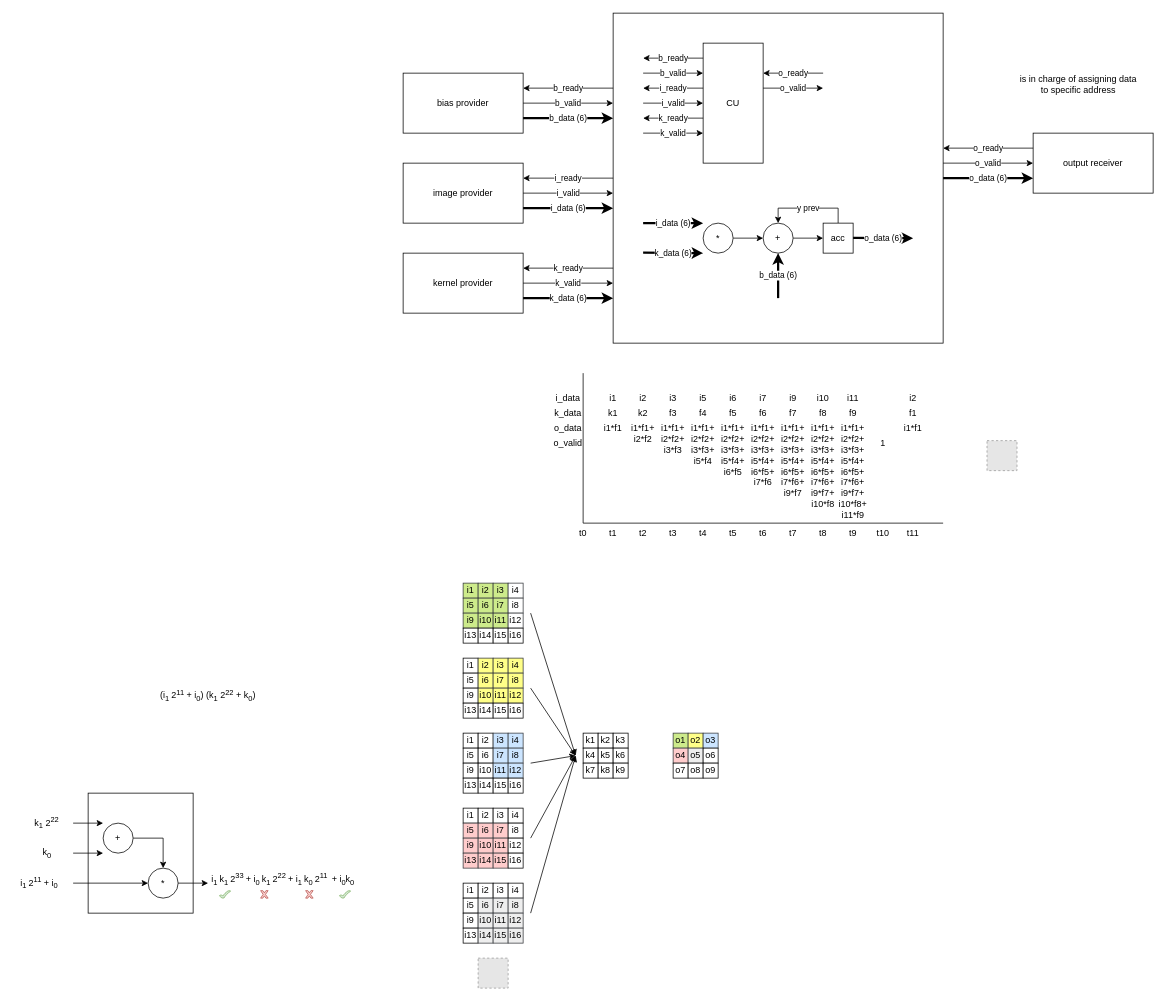
Above: Diagrama sin título.drawio in josue-UBA/proyecto-especializacion-final (draw.io), before the change. Source tidied: cells renumbered, new cells numbered last; positions are measured from the earlier drawing's top-left corner, leaving out a move shared by most shapes. Both pictures are drawn from the tidied source at 75%, with x=0, y=0 at pixel (13, 13). Pictures stored in the file or linked from it are replaced by grey dashed boxes.
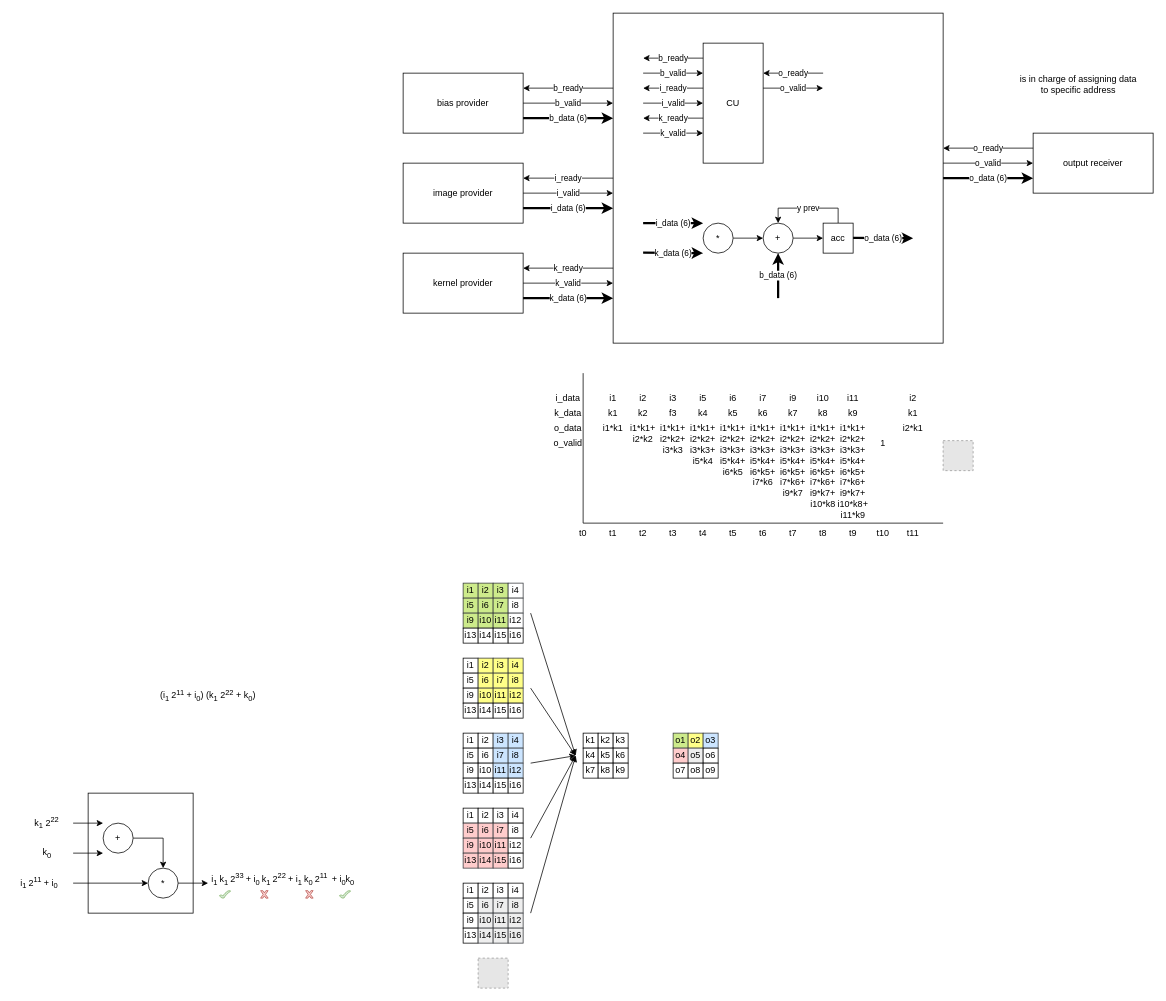
The same diagram, later.

Diff of the diagram source:
```diff
@@
-    <mxCell id="54" value="f4" style="text;html=1;strokeColor=none;fillColor=none;align=center;verticalAlign=top;whiteSpace=wrap;rounded=0;" parent="1" vertex="1">
+    <mxCell id="54" value="k4" style="text;html=1;strokeColor=none;fillColor=none;align=center;verticalAlign=top;whiteSpace=wrap;rounded=0;" parent="1" vertex="1">
       <mxGeometry x="900" y="520" width="40" height="20" as="geometry" />
     </mxCell>
@@
-    <mxCell id="57" value="f5" style="text;html=1;strokeColor=none;fillColor=none;align=center;verticalAlign=top;whiteSpace=wrap;rounded=0;" parent="1" vertex="1">
+    <mxCell id="57" value="k5" style="text;html=1;strokeColor=none;fillColor=none;align=center;verticalAlign=top;whiteSpace=wrap;rounded=0;" parent="1" vertex="1">
       <mxGeometry x="940" y="520" width="40" height="20" as="geometry" />
     </mxCell>
@@
-    <mxCell id="59" value="f6" style="text;html=1;strokeColor=none;fillColor=none;align=center;verticalAlign=top;whiteSpace=wrap;rounded=0;" parent="1" vertex="1">
+    <mxCell id="59" value="k6" style="text;html=1;strokeColor=none;fillColor=none;align=center;verticalAlign=top;whiteSpace=wrap;rounded=0;" parent="1" vertex="1">
       <mxGeometry x="980" y="520" width="40" height="20" as="geometry" />
     </mxCell>
@@
-    <mxCell id="61" value="f7" style="text;html=1;strokeColor=none;fillColor=none;align=center;verticalAlign=top;whiteSpace=wrap;rounded=0;" parent="1" vertex="1">
+    <mxCell id="61" value="k7" style="text;html=1;strokeColor=none;fillColor=none;align=center;verticalAlign=top;whiteSpace=wrap;rounded=0;" parent="1" vertex="1">
       <mxGeometry x="1020" y="520" width="40" height="20" as="geometry" />
     </mxCell>
@@
-    <mxCell id="63" value="f8" style="text;html=1;strokeColor=none;fillColor=none;align=center;verticalAlign=top;whiteSpace=wrap;rounded=0;" parent="1" vertex="1">
+    <mxCell id="63" value="k8" style="text;html=1;strokeColor=none;fillColor=none;align=center;verticalAlign=top;whiteSpace=wrap;rounded=0;" parent="1" vertex="1">
       <mxGeometry x="1060" y="520" width="40" height="20" as="geometry" />
     </mxCell>
@@
-    <mxCell id="65" value="f9" style="text;html=1;strokeColor=none;fillColor=none;align=center;verticalAlign=top;whiteSpace=wrap;rounded=0;" parent="1" vertex="1">
+    <mxCell id="65" value="k9" style="text;html=1;strokeColor=none;fillColor=none;align=center;verticalAlign=top;whiteSpace=wrap;rounded=0;" parent="1" vertex="1">
       <mxGeometry x="1100" y="520" width="40" height="20" as="geometry" />
     </mxCell>
-    <mxCell id="66" value="i1*f1" style="text;html=1;strokeColor=none;fillColor=none;align=center;verticalAlign=top;whiteSpace=wrap;rounded=0;" parent="1" vertex="1">
+    <mxCell id="66" value="i1*k1" style="text;html=1;strokeColor=none;fillColor=none;align=center;verticalAlign=top;whiteSpace=wrap;rounded=0;" parent="1" vertex="1">
       <mxGeometry x="780" y="540" width="40" height="150" as="geometry" />
     </mxCell>
-    <mxCell id="67" value="i1*f1+&lt;br&gt;i2*f2" style="text;html=1;strokeColor=none;fillColor=none;align=center;verticalAlign=top;whiteSpace=wrap;rounded=0;" parent="1" vertex="1">
+    <mxCell id="67" value="i1*k1+&lt;br&gt;i2*k2" style="text;html=1;strokeColor=none;fillColor=none;align=center;verticalAlign=top;whiteSpace=wrap;rounded=0;" parent="1" vertex="1">
       <mxGeometry x="820" y="540" width="40" height="150" as="geometry" />
     </mxCell>
-    <mxCell id="68" value="i1*f1+&lt;br&gt;i2*f2+&lt;br&gt;i3*f3" style="text;html=1;strokeColor=none;fillColor=none;align=center;verticalAlign=top;whiteSpace=wrap;rounded=0;" parent="1" vertex="1">
+    <mxCell id="68" value="i1*k1+&lt;br&gt;i2*k2+&lt;br&gt;i3*k3" style="text;html=1;strokeColor=none;fillColor=none;align=center;verticalAlign=top;whiteSpace=wrap;rounded=0;" parent="1" vertex="1">
       <mxGeometry x="860" y="540" width="40" height="150" as="geometry" />
     </mxCell>
-    <mxCell id="69" value="i1*f1+&lt;br&gt;i2*f2+&lt;br&gt;i3*f3+&lt;br&gt;i5*f4" style="text;html=1;strokeColor=none;fillColor=none;align=center;verticalAlign=top;whiteSpace=wrap;rounded=0;" parent="1" vertex="1">
+    <mxCell id="69" value="i1*k1+&lt;br&gt;i2*k2+&lt;br&gt;i3*k3+&lt;br&gt;i5*k4" style="text;html=1;strokeColor=none;fillColor=none;align=center;verticalAlign=top;whiteSpace=wrap;rounded=0;" parent="1" vertex="1">
       <mxGeometry x="900" y="540" width="40" height="150" as="geometry" />
     </mxCell>
-    <mxCell id="70" value="i1*f1+&lt;br&gt;i2*f2+&lt;br&gt;i3*f3+&lt;br&gt;i5*f4+&lt;br&gt;i6*f5" style="text;html=1;strokeColor=none;fillColor=none;align=center;verticalAlign=top;whiteSpace=wrap;rounded=0;" parent="1" vertex="1">
+    <mxCell id="70" value="i1*k1+&lt;br&gt;i2*k2+&lt;br&gt;i3*k3+&lt;br&gt;i5*k4+&lt;br&gt;i6*k5" style="text;html=1;strokeColor=none;fillColor=none;align=center;verticalAlign=top;whiteSpace=wrap;rounded=0;" parent="1" vertex="1">
       <mxGeometry x="940" y="540" width="40" height="150" as="geometry" />
     </mxCell>
-    <mxCell id="71" value="i1*f1+&lt;br&gt;i2*f2+&lt;br&gt;i3*f3+&lt;br&gt;i5*f4+&lt;br&gt;i6*f5+&lt;br&gt;i7*f6" style="text;html=1;strokeColor=none;fillColor=none;align=center;verticalAlign=top;whiteSpace=wrap;rounded=0;" parent="1" vertex="1">
+    <mxCell id="71" value="i1*k1+&lt;br&gt;i2*k2+&lt;br&gt;i3*k3+&lt;br&gt;i5*k4+&lt;br&gt;i6*k5+&lt;br&gt;i7*k6" style="text;html=1;strokeColor=none;fillColor=none;align=center;verticalAlign=top;whiteSpace=wrap;rounded=0;" parent="1" vertex="1">
       <mxGeometry x="980" y="540" width="40" height="150" as="geometry" />
     </mxCell>
-    <mxCell id="72" value="i1*f1+&lt;br&gt;i2*f2+&lt;br&gt;i3*f3+&lt;br&gt;i5*f4+&lt;br&gt;i6*f5+&lt;br&gt;i7*f6+&lt;br&gt;i9*f7" style="text;html=1;strokeColor=none;fillColor=none;align=center;verticalAlign=top;whiteSpace=wrap;rounded=0;" parent="1" vertex="1">
+    <mxCell id="72" value="i1*k1+&lt;br&gt;i2*k2+&lt;br&gt;i3*k3+&lt;br&gt;i5*k4+&lt;br&gt;i6*k5+&lt;br&gt;i7*k6+&lt;br&gt;i9*k7" style="text;html=1;strokeColor=none;fillColor=none;align=center;verticalAlign=top;whiteSpace=wrap;rounded=0;" parent="1" vertex="1">
       <mxGeometry x="1020" y="540" width="40" height="150" as="geometry" />
     </mxCell>
-    <mxCell id="73" value="i1*f1+&lt;br&gt;i2*f2+&lt;br&gt;i3*f3+&lt;br&gt;i5*f4+&lt;br&gt;i6*f5+&lt;br&gt;i7*f6+&lt;br&gt;i9*f7+&lt;br&gt;i10*f8" style="text;html=1;strokeColor=none;fillColor=none;align=center;verticalAlign=top;whiteSpace=wrap;rounded=0;" parent="1" vertex="1">
+    <mxCell id="73" value="i1*k1+&lt;br&gt;i2*k2+&lt;br&gt;i3*k3+&lt;br&gt;i5*k4+&lt;br&gt;i6*k5+&lt;br&gt;i7*k6+&lt;br&gt;i9*k7+&lt;br&gt;i10*k8" style="text;html=1;strokeColor=none;fillColor=none;align=center;verticalAlign=top;whiteSpace=wrap;rounded=0;" parent="1" vertex="1">
       <mxGeometry x="1060" y="540" width="40" height="150" as="geometry" />
     </mxCell>
-    <mxCell id="74" value="i1*f1+&lt;br&gt;i2*f2+&lt;br&gt;i3*f3+&lt;br&gt;i5*f4+&lt;br&gt;i6*f5+&lt;br&gt;i7*f6+&lt;br&gt;i9*f7+&lt;br&gt;i10*f8+&lt;br&gt;i11*f9" style="text;html=1;strokeColor=none;fillColor=none;align=center;verticalAlign=top;whiteSpace=wrap;rounded=0;" parent="1" vertex="1">
+    <mxCell id="74" value="i1*k1+&lt;br&gt;i2*k2+&lt;br&gt;i3*k3+&lt;br&gt;i5*k4+&lt;br&gt;i6*k5+&lt;br&gt;i7*k6+&lt;br&gt;i9*k7+&lt;br&gt;i10*k8+&lt;br&gt;i11*k9" style="text;html=1;strokeColor=none;fillColor=none;align=center;verticalAlign=top;whiteSpace=wrap;rounded=0;" parent="1" vertex="1">
       <mxGeometry x="1100" y="540" width="40" height="150" as="geometry" />
     </mxCell>
@@
     <mxCell id="204" style="fillColor=#E6E6E6;strokeColor=#999999;dashed=1;html=1;verticalAlign=top;verticalLabelPosition=bottom;labelBackgroundColor=#ffffff;" parent="1" vertex="1">
-      <mxGeometry x="1298.5" y="570" width="40" height="40" as="geometry" />
+      <mxGeometry x="1240" y="570" width="40" height="40" as="geometry" />
     </mxCell>
@@
-    <mxCell id="207" value="f1" style="text;html=1;strokeColor=none;fillColor=none;align=center;verticalAlign=top;whiteSpace=wrap;rounded=0;" parent="1" vertex="1">
+    <mxCell id="207" value="k1" style="text;html=1;strokeColor=none;fillColor=none;align=center;verticalAlign=top;whiteSpace=wrap;rounded=0;" parent="1" vertex="1">
       <mxGeometry x="1180" y="520" width="40" height="20" as="geometry" />
     </mxCell>
-    <mxCell id="208" value="i1*f1" style="text;html=1;strokeColor=none;fillColor=none;align=center;verticalAlign=top;whiteSpace=wrap;rounded=0;" parent="1" vertex="1">
+    <mxCell id="208" value="i2*k1" style="text;html=1;strokeColor=none;fillColor=none;align=center;verticalAlign=top;whiteSpace=wrap;rounded=0;" parent="1" vertex="1">
       <mxGeometry x="1180" y="540" width="40" height="150" as="geometry" />
     </mxCell>
```
